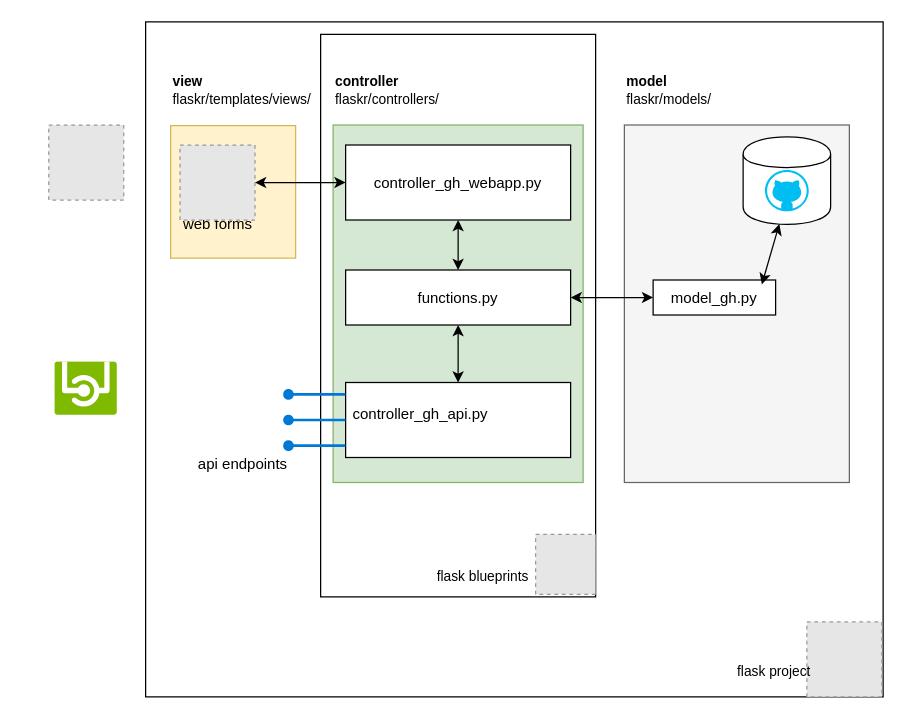
Before: flaskr/docs/Untitled Diagram.drawio in datahappy1/flask_mvc_github_example_project, a draw.io diagram. Source tidied: cells renumbered, new cells numbered last; positions are measured from the earlier drawing's top-left corner, leaving out a move shared by most shapes. Both pictures are drawn from the tidied source at 125%, with x=0, y=0 at pixel (48, 21). Pictures stored in the file or linked from it are replaced by grey dashed boxes.
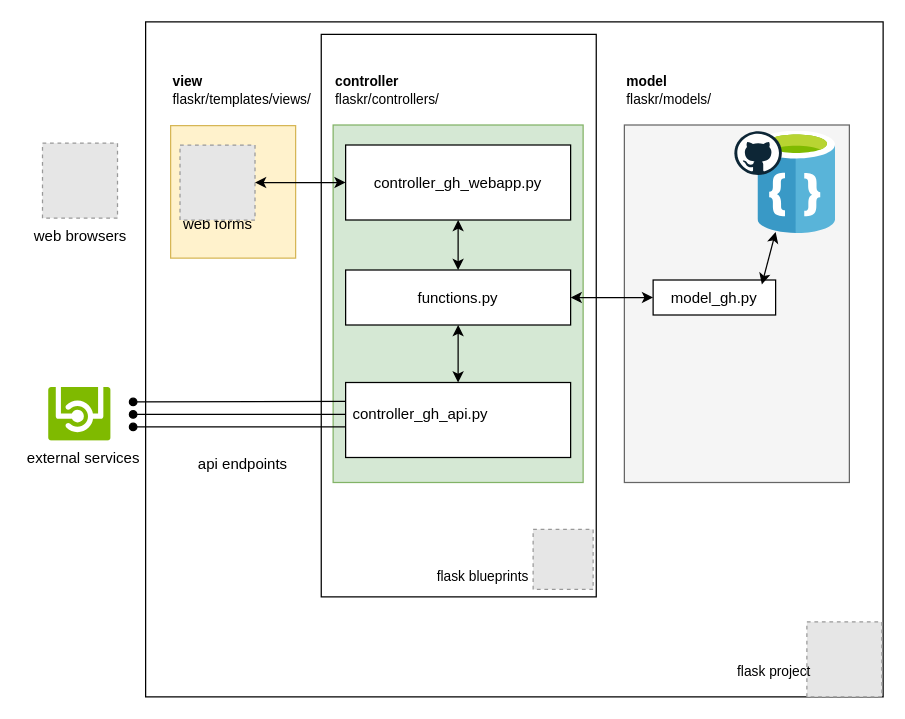
After the change.

The change refers to these unchanged cells:
```xml
<mxCell id="9" style="rounded=0;whiteSpace=wrap;html=1;" parent="1" vertex="1">
  <mxGeometry x="238" y="288.5" width="180" height="60" as="geometry" />
</mxCell>
```

What changed in the source:
```diff
@@
     <mxCell id="3" style="rounded=0;whiteSpace=wrap;html=1;fontSize=11;align=left;" parent="1" vertex="1">
-      <mxGeometry x="218" y="10" width="220" height="450" as="geometry" />
+      <mxGeometry x="218.5" y="10" width="220" height="450" as="geometry" />
     </mxCell>
@@
-    <mxCell id="10" style="shape=cylinder;whiteSpace=wrap;html=1;boundedLbl=1;backgroundOutline=1;" parent="1" vertex="1">
-      <mxGeometry x="556" y="92" width="70" height="70" as="geometry" />
-    </mxCell>
-    <mxCell id="11" style="shadow=0;dashed=0;html=1;strokeColor=none;labelPosition=center;verticalLabelPosition=bottom;verticalAlign=top;align=center;shape=mxgraph.mscae.cloud.service_endpoint;fillColor=#0079D6;" parent="1" vertex="1">
-      <mxGeometry x="188" y="293.5" width="50" height="9" as="geometry" />
-    </mxCell>
-    <mxCell id="12" style="shadow=0;dashed=0;html=1;strokeColor=none;labelPosition=center;verticalLabelPosition=bottom;verticalAlign=top;align=center;shape=mxgraph.mscae.cloud.service_endpoint;fillColor=#0079D6;" parent="1" vertex="1">
-      <mxGeometry x="188" y="314" width="50" height="9" as="geometry" />
-    </mxCell>
-    <mxCell id="13" style="shadow=0;dashed=0;html=1;strokeColor=none;labelPosition=center;verticalLabelPosition=bottom;verticalAlign=top;align=center;shape=mxgraph.mscae.cloud.service_endpoint;fillColor=#0079D6;" parent="1" vertex="1">
-      <mxGeometry x="188" y="334.5" width="50" height="9" as="geometry" />
-    </mxCell>
-    <mxCell id="14" style="verticalLabelPosition=bottom;html=1;verticalAlign=top;align=center;strokeColor=none;fillColor=#00BEF2;shape=mxgraph.azure.github_code;" parent="1" vertex="1">
-      <mxGeometry x="573.5" y="118.5" width="35" height="33" as="geometry" />
-    </mxCell>
@@
     <mxCell id="25" style="fillColor=#E6E6E6;strokeColor=#999999;dashed=1;html=1;verticalAlign=top;verticalLabelPosition=bottom;labelBackgroundColor=#ffffff;" parent="1" vertex="1">
-      <mxGeometry x="0.5" y="82.5" width="60" height="60" as="geometry" />
+      <mxGeometry x="-4.5" y="97" width="60" height="60" as="geometry" />
     </mxCell>
@@
     <mxCell id="29" style="html=1;perimeter=none;align=center;shadow=0;dashed=0;image;fontSize=12;image=img/lib/mscae/API.svg;" parent="1" vertex="1">
-      <mxGeometry x="5.5" y="272" width="50" height="43" as="geometry" />
+      <mxGeometry x="0.5" y="292.5" width="50" height="43" as="geometry" />
     </mxCell>
@@
-    <mxCell id="31" style="endArrow=classic;startArrow=classic;html=1;entryX=0.414;entryY=0.995;entryDx=0;entryDy=0;entryPerimeter=0;" parent="1" edge="1" target="10">
+    <mxCell id="31" style="endArrow=classic;startArrow=classic;html=1;entryX=0.226;entryY=0.982;entryDx=0;entryDy=0;entryPerimeter=0;" parent="1" edge="1" target="39">
       <mxGeometry relative="1" as="geometry">
         <mxPoint x="571" y="210" as="sourcePoint" />
       </mxGeometry>
     </mxCell>
-    <mxCell id="32" style="fillColor=#E6E6E6;strokeColor=#999999;dashed=1;html=1;verticalAlign=top;verticalLabelPosition=bottom;labelBackgroundColor=#ffffff;fontSize=11;align=left;" parent="1" vertex="1">
-      <mxGeometry x="390" y="410" width="48" height="48" as="geometry" />
-    </mxCell>
@@
+    <mxCell id="36" style="endArrow=none;html=1;entryX=0;entryY=0.25;entryDx=0;entryDy=0;strokeWidth=1;comic=0;startArrow=oval;startFill=1;" parent="1" edge="1" target="9">
+      <mxGeometry relative="1" as="geometry">
+        <mxPoint x="68" y="304" as="sourcePoint" />
+      </mxGeometry>
+    </mxCell>
+    <mxCell id="37" style="endArrow=none;html=1;strokeWidth=1;comic=0;startArrow=oval;startFill=1;" parent="1" edge="1">
+      <mxGeometry relative="1" as="geometry">
+        <mxPoint x="68" y="314" as="sourcePoint" />
+        <mxPoint x="238" y="314" as="targetPoint" />
+      </mxGeometry>
+    </mxCell>
+    <mxCell id="38" style="endArrow=none;html=1;strokeWidth=1;comic=0;startArrow=oval;startFill=1;" parent="1" edge="1">
+      <mxGeometry relative="1" as="geometry">
+        <mxPoint x="68" y="324" as="sourcePoint" />
+        <mxPoint x="238" y="324" as="targetPoint" />
+      </mxGeometry>
+    </mxCell>
+    <mxCell id="39" style="html=1;perimeter=none;align=center;shadow=0;dashed=0;image;fontSize=12;image=img/lib/mscae/DocumentDB.svg;" parent="1" vertex="1">
+      <mxGeometry x="568" y="87.5" width="62" height="82" as="geometry" />
+    </mxCell>
+    <mxCell id="40" style="dashed=0;html=1;align=center;labelPosition=center;verticalLabelPosition=bottom;verticalAlign=top;shape=mxgraph.weblogos.github;" parent="1" vertex="1">
+      <mxGeometry x="549" y="87.5" width="38" height="35" as="geometry" />
+    </mxCell>
+    <mxCell id="41" style="fillColor=#E6E6E6;strokeColor=#999999;dashed=1;html=1;verticalAlign=top;verticalLabelPosition=bottom;labelBackgroundColor=#ffffff;" parent="1" vertex="1">
+      <mxGeometry x="388" y="406" width="48" height="48" as="geometry" />
+    </mxCell>
+    <mxCell id="42" value="web browsers&lt;br&gt;" style="text;html=1;strokeColor=none;fillColor=none;align=center;verticalAlign=middle;whiteSpace=wrap;rounded=0;" parent="1" vertex="1">
+      <mxGeometry x="-14.5" y="162" width="80" height="20" as="geometry" />
+    </mxCell>
+    <mxCell id="43" value="external services" style="text;html=1;strokeColor=none;fillColor=none;align=center;verticalAlign=middle;whiteSpace=wrap;rounded=0;" parent="1" vertex="1">
+      <mxGeometry x="-21" y="338.5" width="99" height="20" as="geometry" />
+    </mxCell>
```
